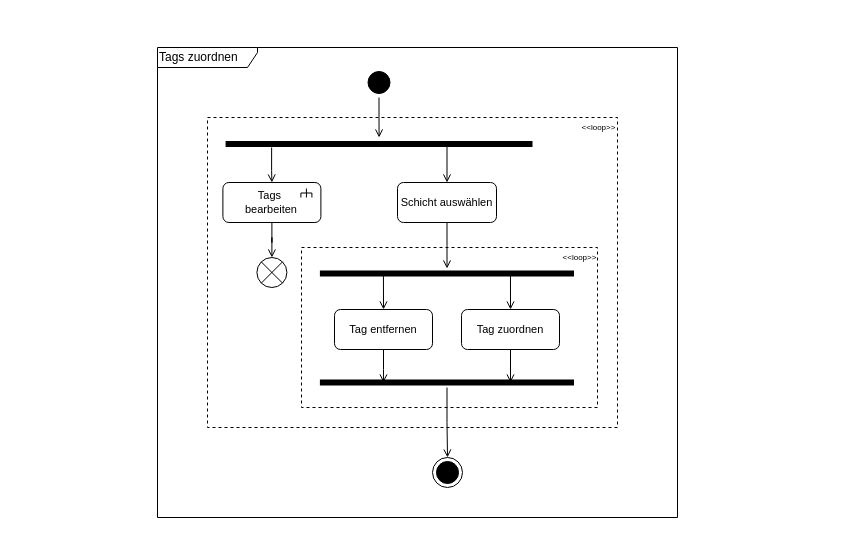
This is 4_Entwurf/4_UML/4_UML_Aktivitätsdiagramme/ad_TagsZuordnen.drawio from annikalenneper/praxisprojekt_mi_bachelor_SoSe24, a draw.io file, before an edit. Source tidied: cells renumbered, new cells numbered last; positions are measured from the earlier drawing's top-left corner, leaving out a move shared by most shapes. Both pictures are drawn from the tidied source at 100%, with x=0, y=0 at pixel (157, 47).
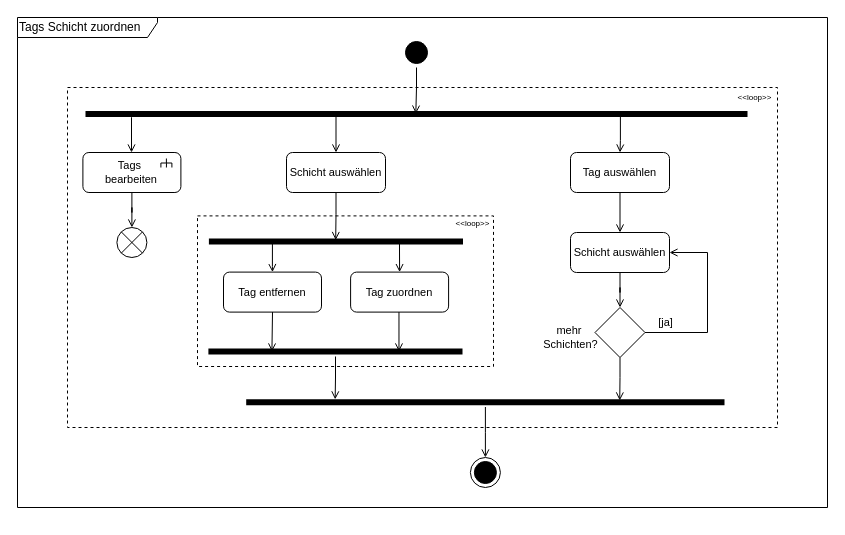
The same page after the edit.

Commit message:
changed ad "assign tags to shift" for possibility to select shift first OR tag first

Diff of the diagram source:
```diff
@@
+    <mxCell id="5" style="fontStyle=0;dashed=1;html=1;whiteSpace=wrap;fontFamily=Helvetica;fontSize=11;fontColor=default;labelBackgroundColor=none;textOpacity=0;fillColor=none;" parent="1" vertex="1">
+      <mxGeometry x="-90" y="40" width="710" height="340" as="geometry" />
+    </mxCell>
+    <mxCell id="31" value="mehr&amp;nbsp;&lt;div&gt;Schichten?&lt;/div&gt;" style="text;html=1;align=center;verticalAlign=middle;strokeColor=none;fillColor=none;fontFamily=Helvetica;fontSize=11;fontColor=default;labelBackgroundColor=default;" parent="1" vertex="1">
+      <mxGeometry x="373" y="270" width="80" height="40" as="geometry" />
+    </mxCell>
     <mxCell id="2" style="group;" parent="1" vertex="1">
-      <mxGeometry x="144" y="200" width="296" height="160" as="geometry" />
+      <mxGeometry x="40" y="159" width="296" height="160" as="geometry" />
     </mxCell>
+    <mxCell id="4" style="fontStyle=0;dashed=1;html=1;whiteSpace=wrap;fontFamily=Helvetica;fontSize=11;fontColor=default;labelBackgroundColor=none;textOpacity=0;fillColor=none;" parent="2" vertex="1">
+      <mxGeometry y="9.4" width="296" height="150.6" as="geometry" />
+    </mxCell>
     <mxCell id="3" value="&amp;lt;&amp;lt;loop&amp;gt;&amp;gt;" style="text;html=1;align=center;verticalAlign=middle;strokeColor=none;fillColor=none;fontFamily=Helvetica;fontSize=8;fontColor=default;labelBackgroundColor=default;" parent="2" vertex="1">
-      <mxGeometry x="248.1" width="60" height="20" as="geometry" />
+      <mxGeometry x="245" y="6.6" width="60" height="20" as="geometry" />
     </mxCell>
-    <mxCell id="4" style="fontStyle=0;dashed=1;html=1;whiteSpace=wrap;fontFamily=Helvetica;fontSize=11;fontColor=default;labelBackgroundColor=none;textOpacity=0;fillColor=none;" parent="2" vertex="1">
-      <mxGeometry width="296" height="160" as="geometry" />
-    </mxCell>
-    <mxCell id="5" style="fontStyle=0;dashed=1;html=1;whiteSpace=wrap;fontFamily=Helvetica;fontSize=11;fontColor=default;labelBackgroundColor=none;textOpacity=0;fillColor=none;" parent="1" vertex="1">
-      <mxGeometry x="50" y="70" width="410" height="310" as="geometry" />
-    </mxCell>
-    <mxCell id="6" style="edgeStyle=orthogonalEdgeStyle;rounded=0;jettySize=auto;html=1;strokeColor=default;align=center;verticalAlign=middle;fontFamily=Helvetica;fontSize=11;fontColor=default;labelBackgroundColor=default;endArrow=open;endFill=0;" parent="1" edge="1" source="7" target="15">
-      <mxGeometry relative="1" as="geometry" />
-    </mxCell>
+    <mxCell id="11" value="Tag entfernen" style="rounded=1;whiteSpace=wrap;html=1;fontFamily=Helvetica;fontSize=11;fontColor=default;labelBackgroundColor=default;" parent="2" vertex="1">
+      <mxGeometry x="26" y="65.6" width="98" height="40" as="geometry" />
+    </mxCell>
+    <mxCell id="12" value="Tag zuordnen" style="rounded=1;whiteSpace=wrap;html=1;fontFamily=Helvetica;fontSize=11;fontColor=default;labelBackgroundColor=default;" parent="2" vertex="1">
+      <mxGeometry x="153.1" y="65.6" width="98" height="40" as="geometry" />
+    </mxCell>
     <mxCell id="7" style="ellipse;html=1;shape=startState;fillColor=#000000;strokeColor=#000000;" parent="1" vertex="1">
-      <mxGeometry x="206.5" y="20" width="30" height="30" as="geometry" />
+      <mxGeometry x="244" y="-10" width="30" height="30" as="geometry" />
     </mxCell>
-    <mxCell id="8" value="Tags zuordnen" style="shape=umlFrame;whiteSpace=wrap;html=1;width=100;height=20;align=left;" parent="1" vertex="1">
-      <mxGeometry width="520" height="470" as="geometry" />
+    <mxCell id="8" value="Tags Schicht&lt;span style=&quot;background-color: initial;&quot;&gt;&amp;nbsp;zuordnen&lt;/span&gt;" style="shape=umlFrame;whiteSpace=wrap;html=1;width=140;height=20;align=left;" parent="1" vertex="1">
+      <mxGeometry x="-140" y="-30" width="810" height="490" as="geometry" />
     </mxCell>
-    <mxCell id="9" style="edgeStyle=orthogonalEdgeStyle;rounded=0;jettySize=auto;html=1;strokeColor=default;align=center;verticalAlign=middle;fontFamily=Helvetica;fontSize=11;fontColor=default;labelBackgroundColor=default;endArrow=open;endFill=0;" parent="1" edge="1" source="10" target="25">
+    <mxCell id="9" style="edgeStyle=orthogonalEdgeStyle;rounded=0;jettySize=auto;html=1;strokeColor=default;align=center;verticalAlign=middle;fontFamily=Helvetica;fontSize=11;fontColor=default;labelBackgroundColor=default;endArrow=open;endFill=0;entryX=0.499;entryY=0.351;entryDx=0;entryDy=0;entryPerimeter=0;" parent="1" edge="1" source="10" target="25">
       <mxGeometry relative="1" as="geometry" />
     </mxCell>
     <mxCell id="10" value="Schicht auswählen" style="rounded=1;whiteSpace=wrap;html=1;fontFamily=Helvetica;fontSize=11;fontColor=default;labelBackgroundColor=default;" parent="1" vertex="1">
-      <mxGeometry x="240" y="135" width="99" height="40" as="geometry" />
+      <mxGeometry x="129" y="105" width="99" height="40" as="geometry" />
     </mxCell>
-    <mxCell id="11" value="Tag entfernen" style="rounded=1;whiteSpace=wrap;html=1;fontFamily=Helvetica;fontSize=11;fontColor=default;labelBackgroundColor=default;" parent="1" vertex="1">
-      <mxGeometry x="177" y="262" width="98" height="40" as="geometry" />
-    </mxCell>
-    <mxCell id="12" value="Tag zuordnen" style="rounded=1;whiteSpace=wrap;html=1;fontFamily=Helvetica;fontSize=11;fontColor=default;labelBackgroundColor=default;" parent="1" vertex="1">
-      <mxGeometry x="304" y="262" width="98" height="40" as="geometry" />
-    </mxCell>
     <mxCell id="13" style="ellipse;html=1;shape=endState;fillColor=#000000;strokeColor=#000000;fontFamily=Helvetica;fontSize=11;fontColor=default;labelBackgroundColor=default;" parent="1" vertex="1">
-      <mxGeometry x="275" y="410" width="30" height="30" as="geometry" />
+      <mxGeometry x="312.9" y="410" width="30" height="30" as="geometry" />
     </mxCell>
-    <mxCell id="14" style="edgeStyle=orthogonalEdgeStyle;rounded=0;jettySize=auto;html=1;exitX=0.75;exitY=0.5;exitDx=0;exitDy=0;exitPerimeter=0;entryX=0.5;entryY=0;entryDx=0;entryDy=0;strokeColor=default;align=center;verticalAlign=middle;fontFamily=Helvetica;fontSize=11;fontColor=default;labelBackgroundColor=default;endArrow=open;endFill=0;" parent="1" edge="1" source="15" target="10">
+    <mxCell id="14" style="edgeStyle=orthogonalEdgeStyle;rounded=0;jettySize=auto;html=1;exitX=0.375;exitY=0.644;exitDx=0;exitDy=0;exitPerimeter=0;entryX=0.5;entryY=0;entryDx=0;entryDy=0;strokeColor=default;align=center;verticalAlign=middle;fontFamily=Helvetica;fontSize=11;fontColor=default;labelBackgroundColor=default;endArrow=open;endFill=0;" parent="1" edge="1" source="15" target="10">
       <mxGeometry relative="1" as="geometry" />
     </mxCell>
+    <mxCell id="6" style="edgeStyle=orthogonalEdgeStyle;rounded=0;jettySize=auto;html=1;strokeColor=default;align=center;verticalAlign=middle;fontFamily=Helvetica;fontSize=11;fontColor=default;labelBackgroundColor=default;endArrow=open;endFill=0;entryX=0.499;entryY=0.47;entryDx=0;entryDy=0;entryPerimeter=0;" parent="1" edge="1" source="7" target="15">
+      <mxGeometry relative="1" as="geometry" />
+    </mxCell>
     <mxCell id="15" style="shape=line;html=1;strokeWidth=6;strokeColor=#000000;fillColor=#000000;fontFamily=Helvetica;fontSize=11;fontColor=default;labelBackgroundColor=default;" parent="1" vertex="1">
-      <mxGeometry x="68.1" y="90" width="306.9" height="13" as="geometry" />
+      <mxGeometry x="-72" y="60" width="662" height="13" as="geometry" />
     </mxCell>
-    <mxCell id="16" style="group;" parent="1" vertex="1">
-      <mxGeometry x="65.4" y="135" width="98" height="40" as="geometry" />
-    </mxCell>
-    <mxCell id="17" value="Tags&amp;nbsp;&lt;div&gt;bearbeiten&lt;/div&gt;" style="rounded=1;whiteSpace=wrap;html=1;fontFamily=Helvetica;fontSize=11;fontColor=default;labelBackgroundColor=default;" parent="16" vertex="1">
-      <mxGeometry width="98" height="40" as="geometry" />
-    </mxCell>
-    <mxCell id="18" style="strokeWidth=1;html=1;shape=mxgraph.flowchart.annotation_2;align=left;labelPosition=right;rotation=90;fontFamily=Helvetica;fontSize=11;fontColor=default;labelBackgroundColor=default;" parent="16" vertex="1">
-      <mxGeometry x="79" y="5" width="9" height="11" as="geometry" />
-    </mxCell>
-    <mxCell id="19" style="endArrow=none;html=1;rounded=0;entryX=0.519;entryY=0.49;entryDx=0;entryDy=0;entryPerimeter=0;exitX=1;exitY=0.5;exitDx=0;exitDy=0;exitPerimeter=0;strokeWidth=1;strokeColor=default;align=center;verticalAlign=middle;fontFamily=Helvetica;fontSize=11;fontColor=default;labelBackgroundColor=default;edgeStyle=orthogonalEdgeStyle;" parent="16" edge="1" source="18" target="18">
-      <mxGeometry relative="1" as="geometry" />
-    </mxCell>
-    <mxCell id="20" style="edgeStyle=orthogonalEdgeStyle;rounded=0;jettySize=auto;html=1;strokeColor=default;align=center;verticalAlign=middle;fontFamily=Helvetica;fontSize=11;fontColor=default;labelBackgroundColor=default;endArrow=open;endFill=0;exitX=0.15;exitY=0.769;exitDx=0;exitDy=0;exitPerimeter=0;" parent="1" edge="1" source="15" target="17">
-      <mxGeometry relative="1" as="geometry" />
+    <mxCell id="20" style="edgeStyle=orthogonalEdgeStyle;rounded=0;jettySize=auto;html=1;strokeColor=default;align=center;verticalAlign=middle;fontFamily=Helvetica;fontSize=11;fontColor=default;labelBackgroundColor=default;endArrow=open;endFill=0;" parent="1" edge="1" target="17">
+      <mxGeometry relative="1" as="geometry">
+        <mxPoint x="-26" y="67" as="sourcePoint" />
+        <Array as="points">
+          <mxPoint x="-26" y="70" />
+        </Array>
+      </mxGeometry>
     </mxCell>
     <mxCell id="21" style="shape=sumEllipse;perimeter=ellipsePerimeter;html=1;backgroundOutline=1;fontFamily=Helvetica;fontSize=11;fontColor=default;labelBackgroundColor=default;" parent="1" vertex="1">
-      <mxGeometry x="99.4" y="210" width="30" height="30" as="geometry" />
+      <mxGeometry x="-40.6" y="180" width="30" height="30" as="geometry" />
     </mxCell>
@@
+    <mxCell id="24" style="edgeStyle=orthogonalEdgeStyle;rounded=0;jettySize=auto;html=1;exitX=0.25;exitY=0.5;exitDx=0;exitDy=0;exitPerimeter=0;strokeColor=default;align=center;verticalAlign=middle;fontFamily=Helvetica;fontSize=11;fontColor=default;labelBackgroundColor=default;endArrow=open;endFill=0;" parent="1" edge="1" source="25" target="11">
+      <mxGeometry relative="1" as="geometry" />
+    </mxCell>
@@
-    <mxCell id="24" style="edgeStyle=orthogonalEdgeStyle;rounded=0;jettySize=auto;html=1;exitX=0.25;exitY=0.5;exitDx=0;exitDy=0;exitPerimeter=0;entryX=0.5;entryY=0;entryDx=0;entryDy=0;strokeColor=default;align=center;verticalAlign=middle;fontFamily=Helvetica;fontSize=11;fontColor=default;labelBackgroundColor=default;endArrow=open;endFill=0;" parent="1" edge="1" source="25" target="11">
-      <mxGeometry relative="1" as="geometry" />
-    </mxCell>
     <mxCell id="25" style="shape=line;html=1;strokeWidth=6;strokeColor=#000000;fillColor=#000000;fontFamily=Helvetica;fontSize=11;fontColor=default;labelBackgroundColor=default;" parent="1" vertex="1">
-      <mxGeometry x="162.4" y="221" width="254.1" height="10" as="geometry" />
+      <mxGeometry x="51.4" y="189" width="254.1" height="10" as="geometry" />
     </mxCell>
-    <mxCell id="26" style="edgeStyle=orthogonalEdgeStyle;rounded=0;jettySize=auto;html=1;entryX=0.5;entryY=0;entryDx=0;entryDy=0;strokeColor=default;align=center;verticalAlign=middle;fontFamily=Helvetica;fontSize=11;fontColor=default;labelBackgroundColor=default;endArrow=open;endFill=0;" parent="1" edge="1" source="27" target="13">
-      <mxGeometry relative="1" as="geometry" />
-    </mxCell>
     <mxCell id="27" style="shape=line;html=1;strokeWidth=6;strokeColor=#000000;fillColor=#000000;fontFamily=Helvetica;fontSize=11;fontColor=default;labelBackgroundColor=default;" parent="1" vertex="1">
-      <mxGeometry x="162.4" y="330" width="254.1" height="10" as="geometry" />
+      <mxGeometry x="50.9" y="299" width="254.1" height="10" as="geometry" />
     </mxCell>
-    <mxCell id="28" style="edgeStyle=orthogonalEdgeStyle;rounded=0;jettySize=auto;html=1;entryX=0.25;entryY=0.5;entryDx=0;entryDy=0;entryPerimeter=0;strokeColor=default;align=center;verticalAlign=middle;fontFamily=Helvetica;fontSize=11;fontColor=default;labelBackgroundColor=default;endArrow=open;endFill=0;" parent="1" edge="1" source="11" target="27">
+    <mxCell id="28" style="edgeStyle=orthogonalEdgeStyle;rounded=0;jettySize=auto;html=1;entryX=0.25;entryY=0.5;entryDx=0;entryDy=0;entryPerimeter=0;strokeColor=default;align=center;verticalAlign=middle;fontFamily=Helvetica;fontSize=11;fontColor=default;labelBackgroundColor=default;endArrow=open;endFill=0;exitX=0.5;exitY=1;exitDx=0;exitDy=0;" parent="1" edge="1" source="11" target="27">
       <mxGeometry relative="1" as="geometry" />
     </mxCell>
     <mxCell id="29" style="edgeStyle=orthogonalEdgeStyle;rounded=0;jettySize=auto;html=1;entryX=0.75;entryY=0.5;entryDx=0;entryDy=0;entryPerimeter=0;strokeColor=default;align=center;verticalAlign=middle;fontFamily=Helvetica;fontSize=11;fontColor=default;labelBackgroundColor=default;endArrow=open;endFill=0;" parent="1" edge="1" source="12" target="27">
-      <mxGeometry relative="1" as="geometry" />
+      <mxGeometry relative="1" as="geometry">
+        <Array as="points">
+          <mxPoint x="242" y="304" />
+        </Array>
+      </mxGeometry>
     </mxCell>
     <mxCell id="30" value="&amp;lt;&amp;lt;loop&amp;gt;&amp;gt;" style="text;html=1;align=center;verticalAlign=middle;strokeColor=none;fillColor=none;fontFamily=Helvetica;fontSize=8;fontColor=default;labelBackgroundColor=default;" parent="1" vertex="1">
-      <mxGeometry x="411" y="70" width="60" height="20" as="geometry" />
+      <mxGeometry x="567" y="40" width="60" height="20" as="geometry" />
     </mxCell>
+    <mxCell id="17" value="Tags&amp;nbsp;&lt;div&gt;bearbeiten&lt;/div&gt;" style="rounded=1;whiteSpace=wrap;html=1;fontFamily=Helvetica;fontSize=11;fontColor=default;labelBackgroundColor=default;" parent="1" vertex="1">
+      <mxGeometry x="-74.6" y="105" width="98" height="40" as="geometry" />
+    </mxCell>
+    <mxCell id="18" style="strokeWidth=1;html=1;shape=mxgraph.flowchart.annotation_2;align=left;labelPosition=right;rotation=90;fontFamily=Helvetica;fontSize=11;fontColor=default;labelBackgroundColor=default;" parent="1" vertex="1">
+      <mxGeometry x="4.4" y="110" width="9" height="11" as="geometry" />
+    </mxCell>
+    <mxCell id="19" style="endArrow=none;html=1;rounded=0;entryX=0.519;entryY=0.49;entryDx=0;entryDy=0;entryPerimeter=0;exitX=1;exitY=0.5;exitDx=0;exitDy=0;exitPerimeter=0;strokeWidth=1;strokeColor=default;align=center;verticalAlign=middle;fontFamily=Helvetica;fontSize=11;fontColor=default;labelBackgroundColor=default;edgeStyle=orthogonalEdgeStyle;" parent="1" edge="1" source="18" target="18">
+      <mxGeometry relative="1" as="geometry" />
+    </mxCell>
+    <mxCell id="32" style="edgeStyle=orthogonalEdgeStyle;rounded=0;jettySize=auto;html=1;entryX=0.5;entryY=0;entryDx=0;entryDy=0;strokeColor=default;align=center;verticalAlign=middle;fontFamily=Helvetica;fontSize=11;fontColor=default;labelBackgroundColor=default;endArrow=open;endFill=0;" parent="1" edge="1" source="33" target="35">
+      <mxGeometry relative="1" as="geometry" />
+    </mxCell>
+    <mxCell id="33" value="Tag auswählen" style="rounded=1;whiteSpace=wrap;html=1;fontFamily=Helvetica;fontSize=11;fontColor=default;labelBackgroundColor=default;" parent="1" vertex="1">
+      <mxGeometry x="413" y="105" width="99" height="40" as="geometry" />
+    </mxCell>
+    <mxCell id="34" style="edgeStyle=orthogonalEdgeStyle;rounded=0;jettySize=auto;html=1;strokeColor=default;align=center;verticalAlign=middle;fontFamily=Helvetica;fontSize=11;fontColor=default;labelBackgroundColor=default;endArrow=open;endFill=0;exitX=0.808;exitY=0.598;exitDx=0;exitDy=0;exitPerimeter=0;" parent="1" edge="1" source="15" target="33">
+      <mxGeometry relative="1" as="geometry" />
+    </mxCell>
+    <mxCell id="35" value="Schicht auswählen" style="rounded=1;whiteSpace=wrap;html=1;fontFamily=Helvetica;fontSize=11;fontColor=default;labelBackgroundColor=default;" parent="1" vertex="1">
+      <mxGeometry x="413" y="185" width="99" height="40" as="geometry" />
+    </mxCell>
+    <mxCell id="36" style="edgeStyle=orthogonalEdgeStyle;rounded=0;jettySize=auto;html=1;entryX=1;entryY=0.5;entryDx=0;entryDy=0;strokeColor=default;align=center;verticalAlign=middle;fontFamily=Helvetica;fontSize=11;fontColor=default;labelBackgroundColor=default;endArrow=open;endFill=0;" parent="1" edge="1" source="37" target="35">
+      <mxGeometry relative="1" as="geometry">
+        <Array as="points">
+          <mxPoint x="550" y="285" />
+          <mxPoint x="550" y="205" />
+        </Array>
+      </mxGeometry>
+    </mxCell>
+    <mxCell id="37" style="rhombus;whiteSpace=wrap;html=1;fontFamily=Helvetica;fontSize=11;fontColor=default;labelBackgroundColor=default;" parent="1" vertex="1">
+      <mxGeometry x="437.5" y="260" width="50" height="50" as="geometry" />
+    </mxCell>
+    <mxCell id="38" style="edgeStyle=orthogonalEdgeStyle;rounded=0;jettySize=auto;html=1;strokeColor=default;align=center;verticalAlign=middle;fontFamily=Helvetica;fontSize=11;fontColor=default;labelBackgroundColor=default;endArrow=open;endFill=0;" parent="1" edge="1" source="35" target="37">
+      <mxGeometry relative="1" as="geometry" />
+    </mxCell>
+    <mxCell id="39" value="[ja]" style="text;html=1;align=center;verticalAlign=middle;strokeColor=none;fillColor=none;fontFamily=Helvetica;fontSize=11;fontColor=default;labelBackgroundColor=default;" parent="1" vertex="1">
+      <mxGeometry x="488" y="260" width="40" height="30" as="geometry" />
+    </mxCell>
+    <mxCell id="40" style="edgeStyle=orthogonalEdgeStyle;rounded=0;jettySize=auto;html=1;entryX=0.5;entryY=0;entryDx=0;entryDy=0;strokeColor=default;align=center;verticalAlign=middle;fontFamily=Helvetica;fontSize=11;fontColor=default;labelBackgroundColor=default;endArrow=open;endFill=0;" parent="1" edge="1" source="41" target="13">
+      <mxGeometry relative="1" as="geometry" />
+    </mxCell>
+    <mxCell id="41" style="shape=line;html=1;strokeWidth=6;strokeColor=#000000;fillColor=#000000;fontFamily=Helvetica;fontSize=11;fontColor=default;labelBackgroundColor=default;" parent="1" vertex="1">
+      <mxGeometry x="88.7" y="350" width="478.3" height="9.5" as="geometry" />
+    </mxCell>
+    <mxCell id="42" style="edgeStyle=orthogonalEdgeStyle;rounded=0;jettySize=auto;html=1;entryX=0.781;entryY=0.312;entryDx=0;entryDy=0;entryPerimeter=0;strokeColor=default;align=center;verticalAlign=middle;fontFamily=Helvetica;fontSize=11;fontColor=default;labelBackgroundColor=default;endArrow=open;endFill=0;" parent="1" edge="1" source="37" target="41">
+      <mxGeometry relative="1" as="geometry" />
+    </mxCell>
+    <mxCell id="43" style="edgeStyle=orthogonalEdgeStyle;rounded=0;jettySize=auto;html=1;strokeColor=default;align=center;verticalAlign=middle;fontFamily=Helvetica;fontSize=11;fontColor=default;labelBackgroundColor=default;endArrow=open;endFill=0;entryX=0.186;entryY=0.201;entryDx=0;entryDy=0;entryPerimeter=0;" parent="1" edge="1" source="27" target="41">
+      <mxGeometry relative="1" as="geometry" />
+    </mxCell>
```
